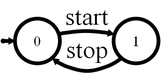
Earlier version of the Graphviz export writing/src/2-framework/images/start-stop-2.png (blambeau/phd). Its source is kept beside it as writing/src/2-framework/images/start-stop-2.dot. Source of this version:
```dot
digraph G {
  graph [rankdir="LR" ranksep=0];
  node [fontsize=24 penwidth=6 shape="circle" style="filled" height="1.0" width="1.0" fixedsize="true" fillcolor="white"];
  edge [fontsize=40 penwidth=6]
  zz [height="0" width="0" fixedsize="true" label="" fillcolor="black"];
  0 [color="black" fillcolor="white" shape="circle" style="filled"];
  1 [color="black" fillcolor="white" shape="circle" style="filled"];
  zz -> 0 [label=""];
  0 -> 1 [label="start"];
  1 -> 0 [label="stop"];
}
```
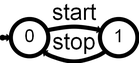
The same diagram one commit later.

Change to the diagram source:
```diff
@@ -1,8 +1,9 @@
 digraph G {
   graph [rankdir="LR" ranksep=0];
-  node [fontsize=24 penwidth=6 shape="circle" style="filled" height="1.0" width="1.0" fixedsize="true" fillcolor="white"];
-  edge [fontsize=40 penwidth=6]
-  zz [height="0" width="0" fixedsize="true" label="" fillcolor="black"];
+    node [fontsize=45 fontname="Arial"
+	      penwidth=10 shape="circle" style="filled" height="1.25" width="1.25" fixedsize="true" fillcolor="white"];
+    edge [fontsize=55 fontname="Arial" penwidth=10]
+    zz [height="0.05" width="0.05" fixedsize="true" label="" fillcolor="black"];
   0 [color="black" fillcolor="white" shape="circle" style="filled"];
   1 [color="black" fillcolor="white" shape="circle" style="filled"];
   zz -> 0 [label=""];
```
